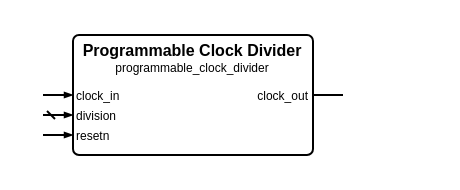
Earlier version of the draw.io diagram sources/clock/programmable_clock_divider/programmable_clock_divider.symbol.drawio (Louis-DR/OmniCores-BuildingBlocks). Source tidied: cells renumbered, new cells numbered last; positions are measured from the earlier drawing's top-left corner, leaving out a move shared by most shapes. Both pictures are drawn from the tidied source at 200%, with x=0, y=0 at pixel (42, 34).
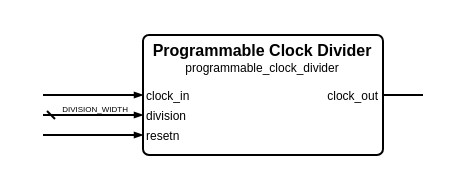
The same page after the edit.

The edit, as a diff of the source:
```diff
@@
 <mxGraphModel>
   <root>
     <mxCell id="0" />
     <mxCell id="1" parent="0" />
     <mxCell id="2" style="group;" parent="1" vertex="1">
-      <mxGeometry width="150" height="60" as="geometry" />
+      <mxGeometry width="190" height="60" as="geometry" />
     </mxCell>
     <mxCell id="3" style="rounded=1;arcSize=5;fillColor=none;strokeWidth=1;strokeColor=black;whiteSpace=wrap;html=1;" parent="2" vertex="1">
-      <mxGeometry x="15" width="120" height="60" as="geometry" />
+      <mxGeometry x="50" width="120" height="60" as="geometry" />
     </mxCell>
     <mxCell id="4" value="Programmable Clock Divider" style="text;html=1;align=center;verticalAlign=middle;whiteSpace=wrap;rounded=0;fontSize=8;fontStyle=1;fontColor=black;" parent="2" vertex="1">
-      <mxGeometry x="15" y="7" width="120" as="geometry" />
+      <mxGeometry x="50" y="7" width="120" as="geometry" />
     </mxCell>
     <mxCell id="5" value="programmable_clock_divider" style="text;html=1;align=center;verticalAlign=middle;whiteSpace=wrap;rounded=0;fontSize=6;fontStyle=0;fontColor=black;" parent="2" vertex="1">
-      <mxGeometry x="15" y="16" width="120" as="geometry" />
+      <mxGeometry x="50" y="16" width="120" as="geometry" />
     </mxCell>
     <mxCell id="6" value="clock_in" style="text;html=1;align=left;verticalAlign=middle;whiteSpace=wrap;rounded=0;fontSize=6;fontStyle=0;fontColor=black;" parent="2" vertex="1">
-      <mxGeometry x="15" y="30" width="120" as="geometry" />
+      <mxGeometry x="50" y="30" width="120" as="geometry" />
     </mxCell>
     <mxCell id="7" style="html=1;rounded=1;strokeWidth=1;strokeColor=black;startFill=0;startSize=2;startArrow=none;endFill=1;endSize=2;endArrow=blockThin;sourcePerimeterSpacing=0;" parent="2" edge="1">
       <mxGeometry relative="1" as="geometry">
         <mxPoint y="30" as="sourcePoint" />
-        <mxPoint x="15" y="30" as="targetPoint" />
+        <mxPoint x="50" y="30" as="targetPoint" />
       </mxGeometry>
     </mxCell>
     <mxCell id="8" value="clock_out" style="text;html=1;align=right;verticalAlign=middle;whiteSpace=wrap;rounded=0;fontSize=6;fontStyle=0;fontColor=black;" parent="2" vertex="1">
-      <mxGeometry x="15" y="30" width="120" as="geometry" />
+      <mxGeometry x="50" y="30" width="120" as="geometry" />
     </mxCell>
     <mxCell id="9" style="html=1;rounded=1;strokeWidth=1;strokeColor=black;startFill=0;startSize=2;startArrow=none;endFill=1;endSize=2;endArrow=none;sourcePerimeterSpacing=0;" parent="2" edge="1">
       <mxGeometry relative="1" as="geometry">
-        <mxPoint x="150" y="30" as="sourcePoint" />
-        <mxPoint x="135" y="30" as="targetPoint" />
+        <mxPoint x="190" y="30" as="sourcePoint" />
+        <mxPoint x="170" y="30" as="targetPoint" />
       </mxGeometry>
     </mxCell>
     <mxCell id="10" value="division" style="text;html=1;align=left;verticalAlign=middle;whiteSpace=wrap;rounded=0;fontSize=6;fontStyle=0;fontColor=black;" parent="2" vertex="1">
-      <mxGeometry x="15" y="40" width="120" as="geometry" />
+      <mxGeometry x="50" y="40" width="120" as="geometry" />
     </mxCell>
     <mxCell id="11" style="html=1;rounded=1;strokeWidth=1;strokeColor=black;startFill=0;startSize=2;startArrow=dash;endFill=1;endSize=2;endArrow=blockThin;sourcePerimeterSpacing=0;" parent="2" edge="1">
       <mxGeometry relative="1" as="geometry">
         <mxPoint y="40" as="sourcePoint" />
-        <mxPoint x="15" y="40" as="targetPoint" />
+        <mxPoint x="50" y="40" as="targetPoint" />
       </mxGeometry>
     </mxCell>
+    <mxCell id="14" value="DIVISION_WIDTH" style="text;html=1;align=center;verticalAlign=middle;whiteSpace=nowrap;rounded=0;fontSize=4;fontStyle=0;fontColor=black;" parent="2" vertex="1">
+      <mxGeometry x="25" y="37" as="geometry" />
+    </mxCell>
     <mxCell id="12" value="resetn" style="text;html=1;align=left;verticalAlign=middle;whiteSpace=wrap;rounded=0;fontSize=6;fontStyle=0;fontColor=black;" parent="2" vertex="1">
-      <mxGeometry x="15" y="50" width="120" as="geometry" />
+      <mxGeometry x="50" y="50" width="120" as="geometry" />
     </mxCell>
     <mxCell id="13" style="html=1;rounded=1;strokeWidth=1;strokeColor=black;startFill=0;startSize=2;startArrow=none;endFill=1;endSize=2;endArrow=blockThin;sourcePerimeterSpacing=0;" parent="2" edge="1">
       <mxGeometry relative="1" as="geometry">
         <mxPoint y="50" as="sourcePoint" />
-        <mxPoint x="15" y="50" as="targetPoint" />
+        <mxPoint x="50" y="50" as="targetPoint" />
       </mxGeometry>
     </mxCell>
   </root>
 </mxGraphModel>
```
